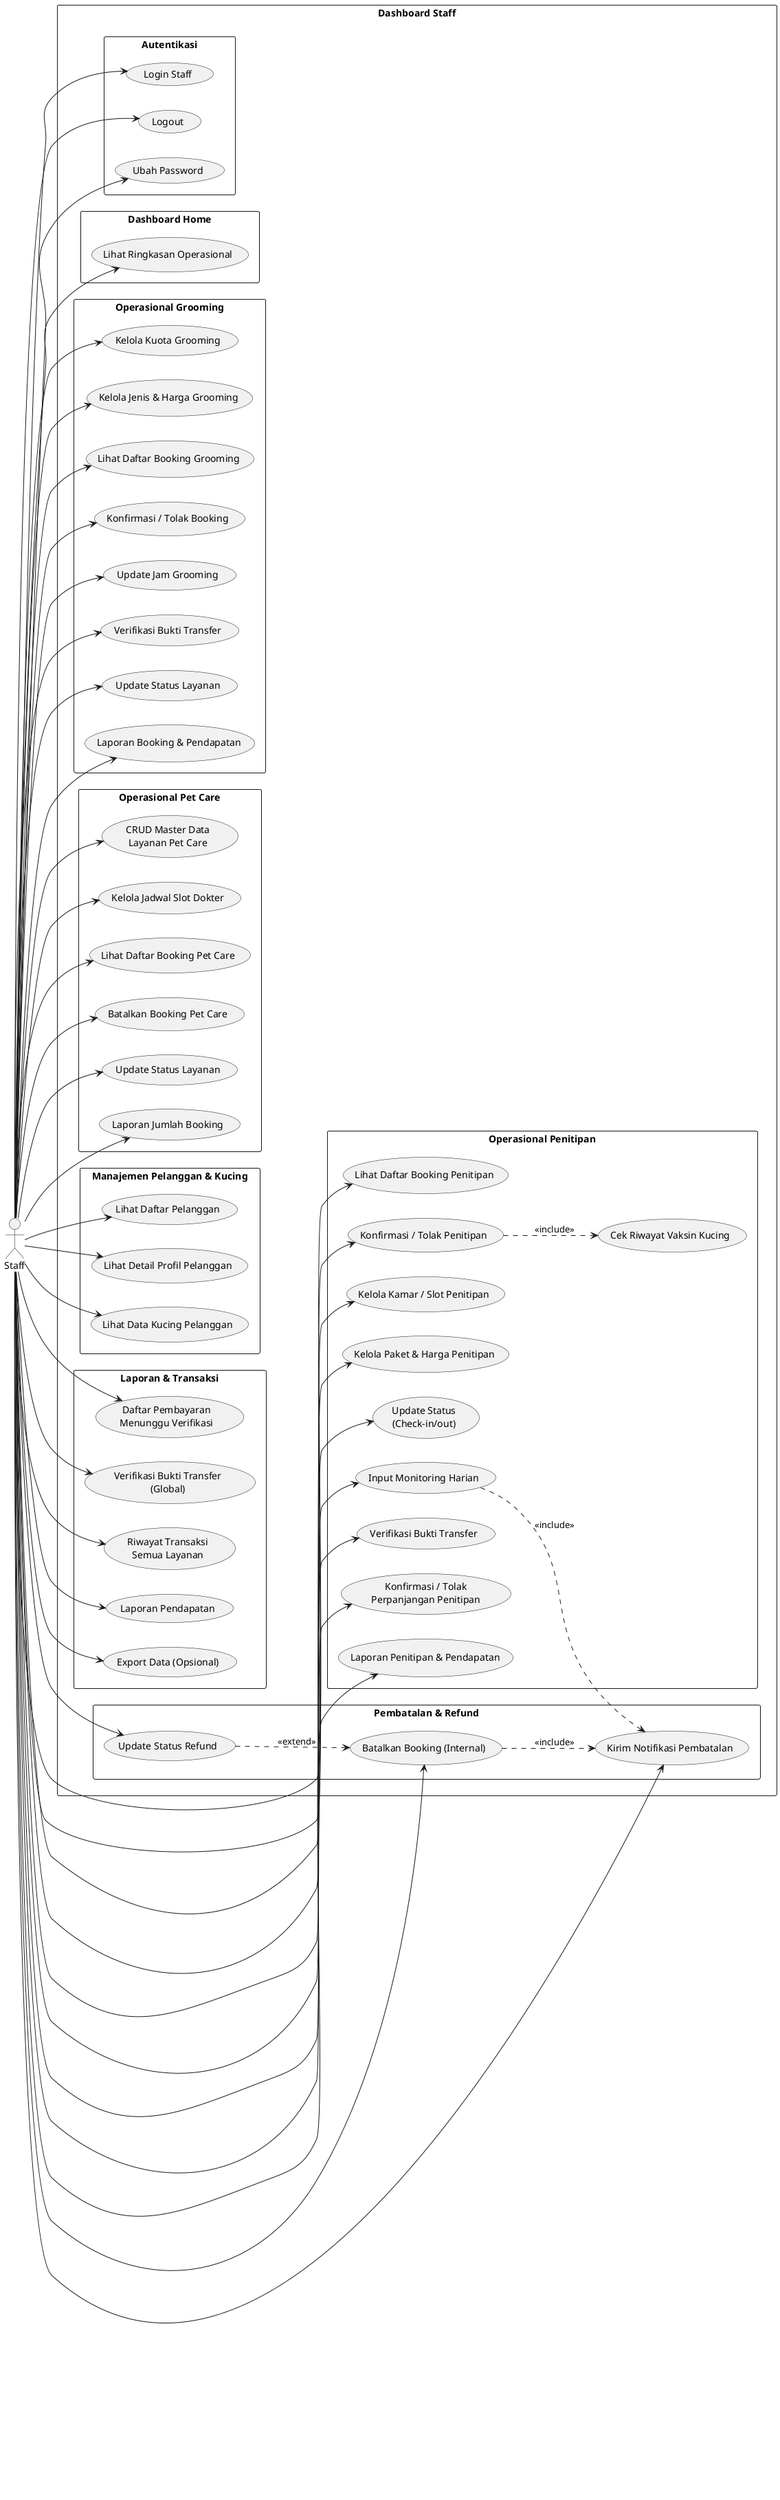
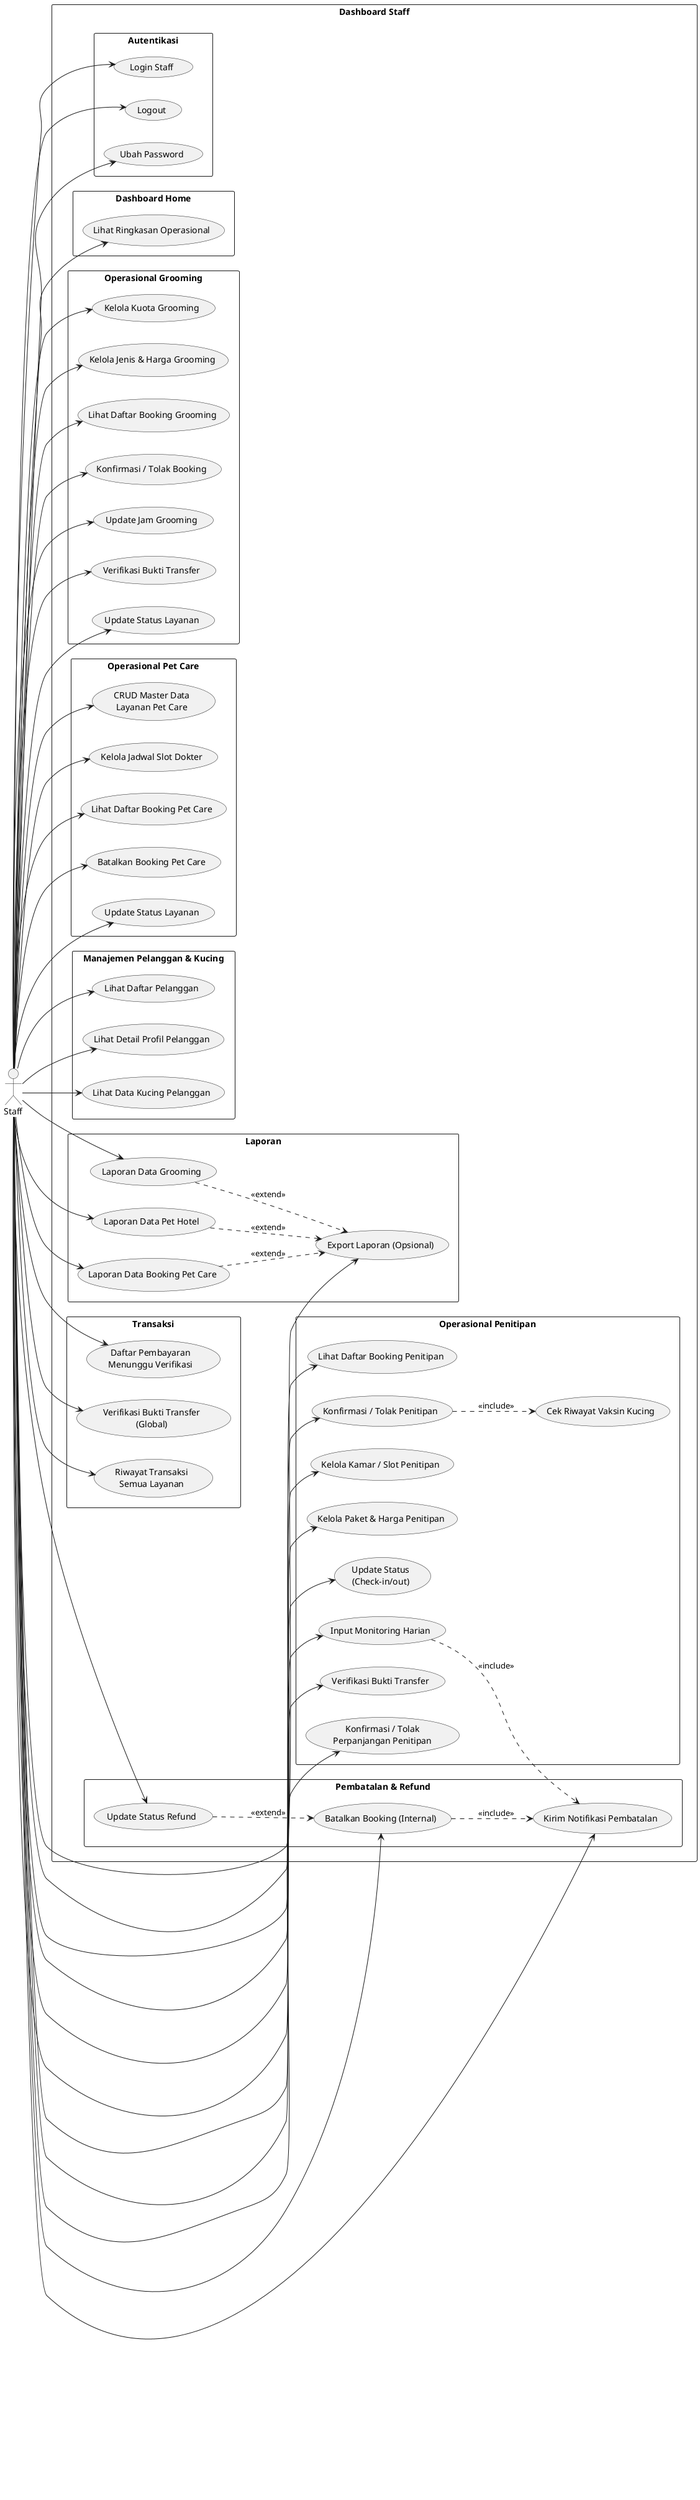
@startuml usecase-staff
left to right direction
skinparam packageStyle rectangle

actor Staff

rectangle "Dashboard Staff" {
  rectangle "Autentikasi" {
    usecase "Login Staff" as UC_LoginStaff
    usecase "Logout" as UC_LogoutStaff
    usecase "Ubah Password" as UC_UbahPwdStaff
  }

  rectangle "Dashboard Home" {
    usecase "Lihat Ringkasan Operasional" as UC_RingkasanStaff
  }

  rectangle "Operasional Grooming" {
    usecase "Kelola Kuota Grooming" as UC_KuotaGrooming
    usecase "Kelola Jenis & Harga Grooming" as UC_JenisHargaGrooming
    usecase "Lihat Daftar Booking Grooming" as UC_DaftarBookingGrooming
    usecase "Konfirmasi / Tolak Booking" as UC_KonfirmasiGrooming
    usecase "Update Jam Grooming" as UC_UpdateJamGrooming
    usecase "Verifikasi Bukti Transfer" as UC_VerifGrooming
    usecase "Update Status Layanan" as UC_StatusLayananGrooming
-     usecase "Laporan Booking & Pendapatan" as UC_LaporanGrooming
  }

  rectangle "Operasional Penitipan" {
    usecase "Lihat Daftar Booking Penitipan" as UC_DaftarBookingPenitipan
    usecase "Konfirmasi / Tolak Penitipan" as UC_KonfirmasiPenitipan
    usecase "Cek Riwayat Vaksin Kucing" as UC_CekVaksin
    usecase "Kelola Kamar / Slot Penitipan" as UC_KamarPenitipan
    usecase "Kelola Paket & Harga Penitipan" as UC_PaketHargaPenitipan
    usecase "Update Status\n(Check-in/out)" as UC_StatusPenitipanStaff
    usecase "Input Monitoring Harian" as UC_InputMonitoring
    usecase "Verifikasi Bukti Transfer" as UC_VerifPenitipan
    usecase "Konfirmasi / Tolak\nPerpanjangan Penitipan" as UC_KonfirmasiPerpanjangan
-     usecase "Laporan Penitipan & Pendapatan" as UC_LaporanPenitipan
  }

  rectangle "Operasional Pet Care" {
    usecase "CRUD Master Data\nLayanan Pet Care" as UC_CRUDPetCare
    usecase "Kelola Jadwal Slot Dokter" as UC_JadwalSlotDokter
    usecase "Lihat Daftar Booking Pet Care" as UC_DaftarBookingPetCare
    usecase "Batalkan Booking Pet Care" as UC_BatalPetCareStaff
    usecase "Update Status Layanan" as UC_StatusPetCareStaff
-     usecase "Laporan Jumlah Booking" as UC_LaporanPetCare
  }

  rectangle "Manajemen Pelanggan & Kucing" {
    usecase "Lihat Daftar Pelanggan" as UC_DaftarPelanggan
    usecase "Lihat Detail Profil Pelanggan" as UC_DetailPelanggan
    usecase "Lihat Data Kucing Pelanggan" as UC_LihatKucingPelanggan
  }

-   rectangle "Laporan & Transaksi" {
+   rectangle "Laporan" {
+     usecase "Laporan Data Grooming" as UC_LaporanGrooming
+     usecase "Laporan Data Pet Hotel" as UC_LaporanPetHotel
+     usecase "Laporan Data Booking Pet Care" as UC_LaporanPetCare
+     usecase "Export Laporan (Opsional)" as UC_ExportLaporan
+   }
+ 
+   rectangle "Transaksi" {
    usecase "Daftar Pembayaran\nMenunggu Verifikasi" as UC_DaftarVerif
    usecase "Verifikasi Bukti Transfer\n(Global)" as UC_VerifTransfer
    usecase "Riwayat Transaksi\nSemua Layanan" as UC_RiwayatTransaksiStaff
-     usecase "Laporan Pendapatan" as UC_LaporanPendapatan
-     usecase "Export Data (Opsional)" as UC_ExportData
  }

  rectangle "Pembatalan & Refund" {
    usecase "Batalkan Booking (Internal)" as UC_BatalInternal
    usecase "Update Status Refund" as UC_UpdateRefund
    usecase "Kirim Notifikasi Pembatalan" as UC_NotifBatal
  }
}

Staff --> UC_LoginStaff
Staff --> UC_LogoutStaff
Staff --> UC_UbahPwdStaff
Staff --> UC_RingkasanStaff
Staff --> UC_KuotaGrooming
Staff --> UC_JenisHargaGrooming
Staff --> UC_DaftarBookingGrooming
Staff --> UC_KonfirmasiGrooming
Staff --> UC_UpdateJamGrooming
Staff --> UC_VerifGrooming
Staff --> UC_StatusLayananGrooming
- Staff --> UC_LaporanGrooming
Staff --> UC_DaftarBookingPenitipan
Staff --> UC_KonfirmasiPenitipan
Staff --> UC_KamarPenitipan
Staff --> UC_PaketHargaPenitipan
Staff --> UC_StatusPenitipanStaff
Staff --> UC_InputMonitoring
Staff --> UC_VerifPenitipan
Staff --> UC_KonfirmasiPerpanjangan
- Staff --> UC_LaporanPenitipan
Staff --> UC_CRUDPetCare
Staff --> UC_JadwalSlotDokter
Staff --> UC_DaftarBookingPetCare
Staff --> UC_BatalPetCareStaff
Staff --> UC_StatusPetCareStaff
- Staff --> UC_LaporanPetCare
Staff --> UC_DaftarPelanggan
Staff --> UC_DetailPelanggan
Staff --> UC_LihatKucingPelanggan
+ Staff --> UC_LaporanGrooming
+ Staff --> UC_LaporanPetHotel
+ Staff --> UC_LaporanPetCare
+ Staff --> UC_ExportLaporan
Staff --> UC_DaftarVerif
Staff --> UC_VerifTransfer
Staff --> UC_RiwayatTransaksiStaff
- Staff --> UC_LaporanPendapatan
- Staff --> UC_ExportData
Staff --> UC_BatalInternal
Staff --> UC_UpdateRefund
Staff --> UC_NotifBatal

UC_KonfirmasiPenitipan ..> UC_CekVaksin : <<include>>
UC_BatalInternal ..> UC_NotifBatal : <<include>>
UC_InputMonitoring ..> UC_NotifBatal : <<include>>
UC_UpdateRefund ..> UC_BatalInternal : <<extend>>
+ UC_LaporanGrooming ..> UC_ExportLaporan : <<extend>>
+ UC_LaporanPetHotel ..> UC_ExportLaporan : <<extend>>
+ UC_LaporanPetCare ..> UC_ExportLaporan : <<extend>>

@enduml
